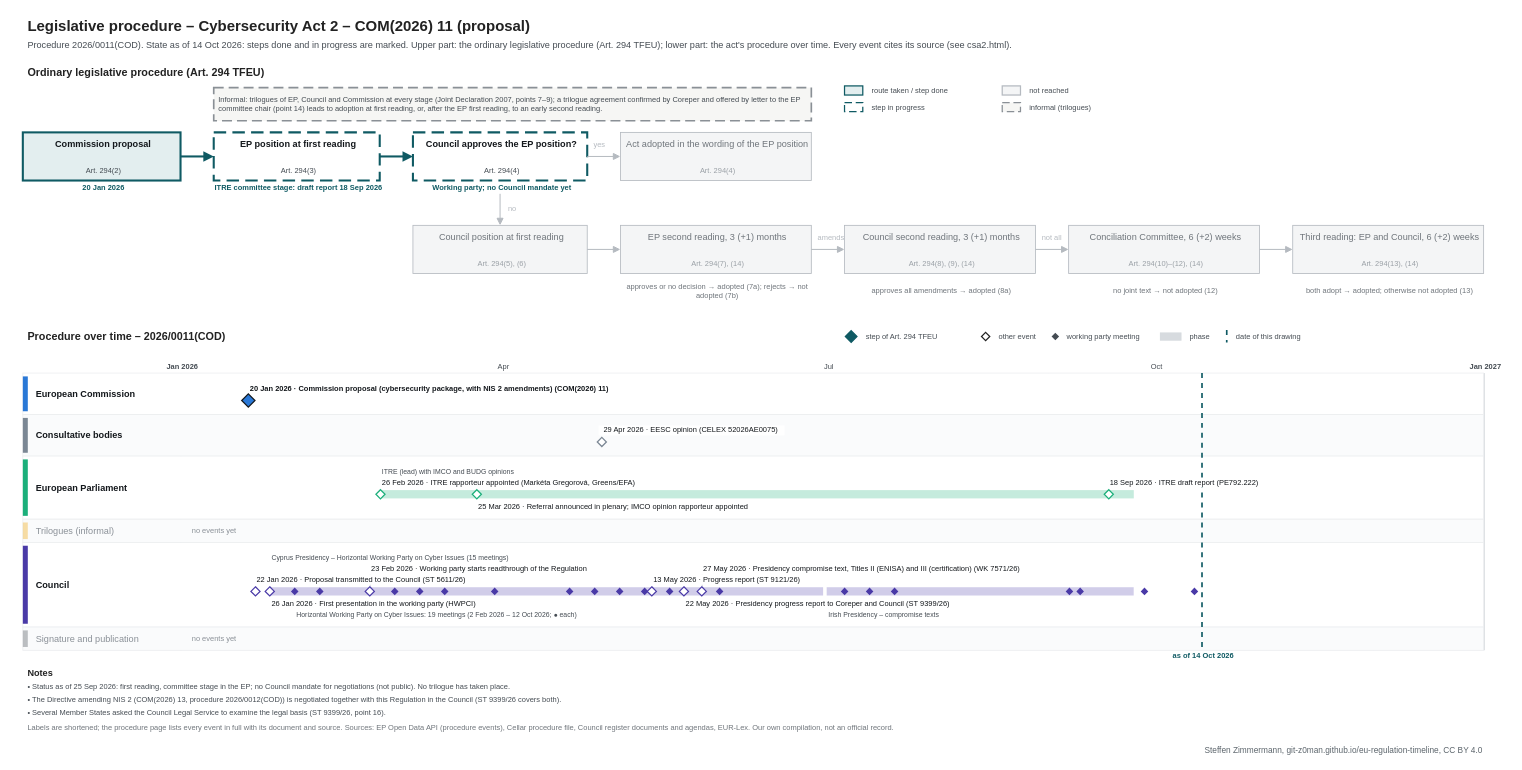
This is procedures/csa2.drawio from git-z0man/eu-regulation-timeline, a draw.io file, before an edit. Source tidied: cells renumbered, new cells numbered last; positions are measured from the earlier drawing's top-left corner, leaving out a move shared by most shapes. Both pictures are drawn from the tidied source at 83%, with x=0, y=0 at pixel (14, 14).
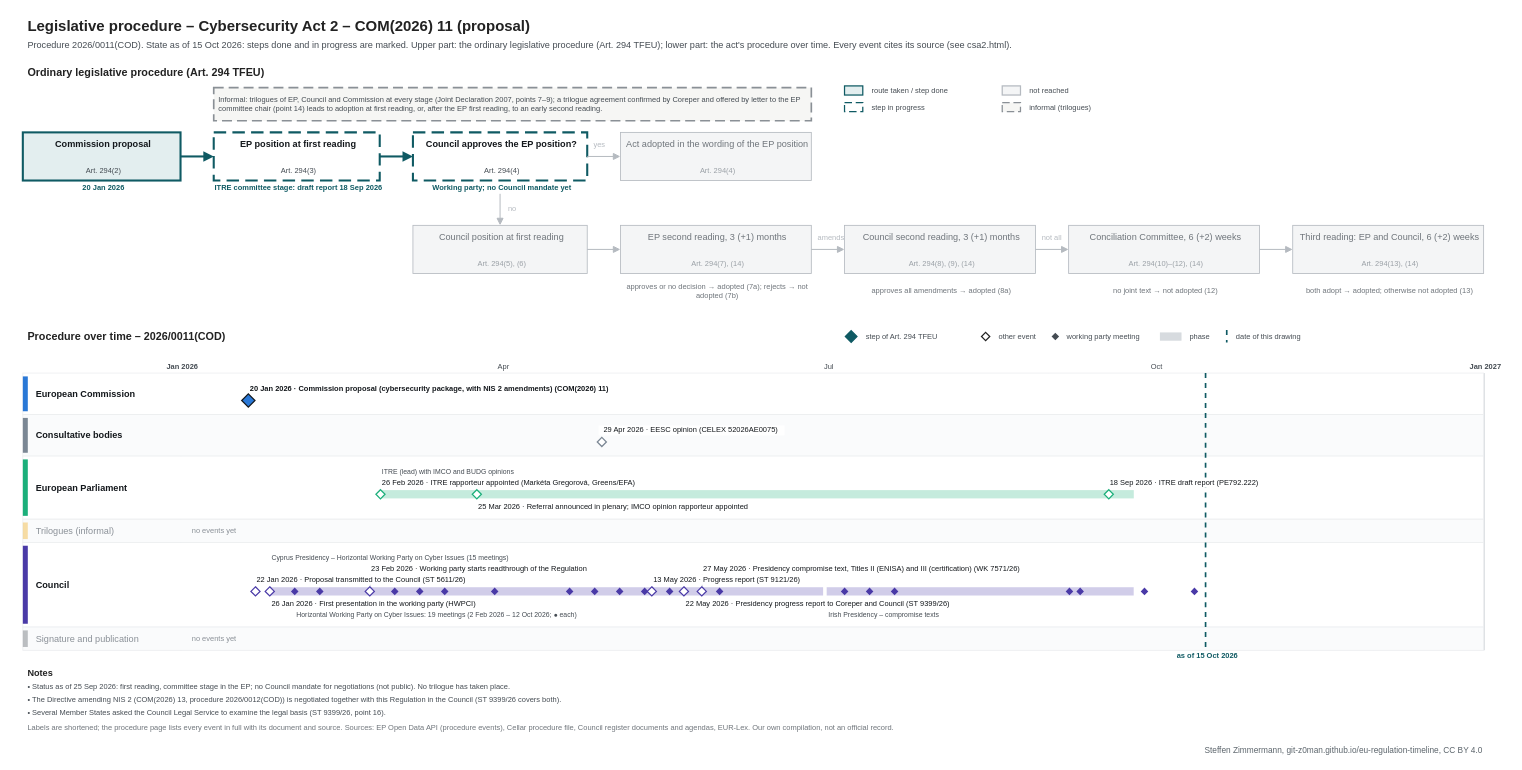
The same page after the edit.

Diff of the diagram source:
```diff
@@
-    <mxCell id="3" value="Procedure 2026/0011(COD). State as of 14 Oct 2026: steps done and in progress are marked. Upper part: the ordinary legislative procedure (Art. 294 TFEU); lower part: the act's procedure over time. Every event cites its source (see csa2.html)." style="text;html=1;fontSize=11;fontColor=#454c53;align=left;verticalAlign=middle;spacingLeft=4;" parent="1" vertex="1">
+    <mxCell id="3" value="Procedure 2026/0011(COD). State as of 15 Oct 2026: steps done and in progress are marked. Upper part: the ordinary legislative procedure (Art. 294 TFEU); lower part: the act's procedure over time. Every event cites its source (see csa2.html)." style="text;html=1;fontSize=11;fontColor=#454c53;align=left;verticalAlign=middle;spacingLeft=4;" parent="1" vertex="1">
       <mxGeometry x="10" y="28" width="1700" height="18" as="geometry" />
     </mxCell>
@@
     <mxCell id="110" style="line;html=1;strokeWidth=2;strokeColor=#0f5a63;direction=south;dashed=1;" parent="1" vertex="1">
-      <mxGeometry x="1430.2" y="432" width="1" height="334" as="geometry" />
+      <mxGeometry x="1434.5" y="432" width="1" height="334" as="geometry" />
     </mxCell>
-    <mxCell id="111" value="as of 14 Oct 2026" style="text;html=1;fontSize=9;fontColor=#0f5a63;align=center;verticalAlign=middle;spacingLeft=4;fontStyle=1;" parent="1" vertex="1">
-      <mxGeometry x="1370.2" y="767" width="120" height="12" as="geometry" />
+    <mxCell id="111" value="as of 15 Oct 2026" style="text;html=1;fontSize=9;fontColor=#0f5a63;align=center;verticalAlign=middle;spacingLeft=4;fontStyle=1;" parent="1" vertex="1">
+      <mxGeometry x="1374.5" y="767" width="120" height="12" as="geometry" />
     </mxCell>
```
